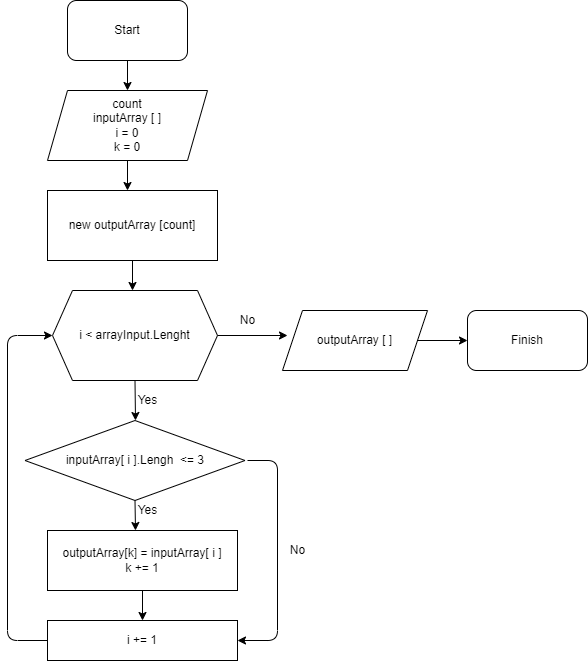
The draw.io diagram MainTaskScheme.drawio.png in DariaPoklonskaia/Q1FinalTask, before a commit. Source tidied: cells renumbered, new cells last; positions are measured from the earlier drawing's top-left corner, leaving out a move shared by most shapes. The source it was exported from:
```xml
<mxGraphModel>
  <root>
    <mxCell id="0" />
    <mxCell id="1" parent="0" />
    <mxCell id="2" value="Start" style="rounded=1;whiteSpace=wrap;html=1;" parent="1" vertex="1">
      <mxGeometry x="60" width="120" height="60" as="geometry" />
    </mxCell>
    <mxCell id="3" style="endArrow=classic;html=1;exitX=0.5;exitY=1;exitDx=0;exitDy=0;" parent="1" edge="1" source="2">
      <mxGeometry relative="1" as="geometry">
        <mxPoint x="120" y="90" as="targetPoint" />
      </mxGeometry>
    </mxCell>
    <mxCell id="4" value="count&lt;br&gt;inputArray [ ]&lt;br&gt;i = 0&lt;br&gt;k = 0" style="shape=parallelogram;perimeter=parallelogramPerimeter;whiteSpace=wrap;html=1;fixedSize=1;" parent="1" vertex="1">
      <mxGeometry x="40" y="90" width="160" height="70" as="geometry" />
    </mxCell>
    <mxCell id="5" style="endArrow=classic;html=1;exitX=0.5;exitY=1;exitDx=0;exitDy=0;" parent="1" edge="1" source="4">
      <mxGeometry relative="1" as="geometry">
        <mxPoint x="120" y="190" as="targetPoint" />
      </mxGeometry>
    </mxCell>
    <mxCell id="6" value="new outputArray [count]" style="rounded=0;whiteSpace=wrap;html=1;" parent="1" vertex="1">
      <mxGeometry x="40" y="190" width="170" height="70" as="geometry" />
    </mxCell>
    <mxCell id="7" style="endArrow=classic;html=1;exitX=0.5;exitY=1;exitDx=0;exitDy=0;" parent="1" edge="1" source="6">
      <mxGeometry relative="1" as="geometry">
        <mxPoint x="125" y="290" as="targetPoint" />
      </mxGeometry>
    </mxCell>
    <mxCell id="8" value="i &amp;lt; arrayInput.Lenght" style="shape=hexagon;perimeter=hexagonPerimeter2;whiteSpace=wrap;html=1;fixedSize=1;" parent="1" vertex="1">
      <mxGeometry x="45" y="290" width="165" height="90" as="geometry" />
    </mxCell>
    <mxCell id="9" style="endArrow=classic;html=1;exitX=0.5;exitY=1;exitDx=0;exitDy=0;" parent="1" edge="1" source="8">
      <mxGeometry relative="1" as="geometry">
        <mxPoint x="128" y="420" as="targetPoint" />
      </mxGeometry>
    </mxCell>
    <mxCell id="10" value="Yes" style="text;html=1;align=center;verticalAlign=middle;strokeColor=none;fillColor=none;" parent="1" vertex="1">
      <mxGeometry x="120" y="390" width="40" height="20" as="geometry" />
    </mxCell>
    <mxCell id="11" value="inputArray[ i ].Lengh&amp;nbsp; &amp;lt;= 3" style="rhombus;whiteSpace=wrap;html=1;" parent="1" vertex="1">
      <mxGeometry x="17.5" y="420" width="220" height="80" as="geometry" />
    </mxCell>
    <mxCell id="12" style="endArrow=classic;html=1;exitX=0.5;exitY=1;exitDx=0;exitDy=0;" parent="1" edge="1" source="11">
      <mxGeometry relative="1" as="geometry">
        <mxPoint x="128" y="530" as="targetPoint" />
      </mxGeometry>
    </mxCell>
    <mxCell id="13" value="Yes" style="text;html=1;align=center;verticalAlign=middle;strokeColor=none;fillColor=none;" parent="1" vertex="1">
      <mxGeometry x="120" y="500" width="40" height="20" as="geometry" />
    </mxCell>
    <mxCell id="14" value="outputArray[k] = inputArray[ i ]&lt;br&gt;k += 1" style="rounded=0;whiteSpace=wrap;html=1;" parent="1" vertex="1">
      <mxGeometry x="40" y="530" width="190" height="60" as="geometry" />
    </mxCell>
    <mxCell id="15" style="endArrow=classic;html=1;exitX=0.5;exitY=1;exitDx=0;exitDy=0;" parent="1" edge="1" source="14">
      <mxGeometry relative="1" as="geometry">
        <mxPoint x="135" y="620" as="targetPoint" />
      </mxGeometry>
    </mxCell>
    <mxCell id="16" value="i += 1" style="whiteSpace=wrap;html=1;" parent="1" vertex="1">
      <mxGeometry x="40" y="620" width="190" height="40" as="geometry" />
    </mxCell>
    <mxCell id="17" style="endArrow=classic;html=1;exitX=0;exitY=0.5;exitDx=0;exitDy=0;entryX=0;entryY=0.5;entryDx=0;entryDy=0;" parent="1" edge="1" source="16" target="8">
      <mxGeometry relative="1" as="geometry">
        <Array as="points">
          <mxPoint y="640" />
          <mxPoint y="335" />
        </Array>
      </mxGeometry>
    </mxCell>
    <mxCell id="18" style="endArrow=classic;html=1;entryX=1;entryY=0.5;entryDx=0;entryDy=0;" parent="1" edge="1" target="16">
      <mxGeometry relative="1" as="geometry">
        <mxPoint x="240" y="460" as="sourcePoint" />
        <Array as="points">
          <mxPoint x="270" y="460" />
          <mxPoint x="270" y="640" />
        </Array>
      </mxGeometry>
    </mxCell>
    <mxCell id="19" value="No" style="text;html=1;align=center;verticalAlign=middle;strokeColor=none;fillColor=none;" parent="1" vertex="1">
      <mxGeometry x="275" y="540" width="30" height="20" as="geometry" />
    </mxCell>
    <mxCell id="20" style="endArrow=classic;html=1;exitX=1;exitY=0.5;exitDx=0;exitDy=0;" parent="1" edge="1" source="8">
      <mxGeometry relative="1" as="geometry">
        <mxPoint x="280" y="335" as="targetPoint" />
      </mxGeometry>
    </mxCell>
    <mxCell id="21" value="No" style="text;html=1;align=center;verticalAlign=middle;strokeColor=none;fillColor=none;" parent="1" vertex="1">
      <mxGeometry x="225" y="310" width="30" height="20" as="geometry" />
    </mxCell>
    <mxCell id="22" value="outputArray [ ]" style="shape=parallelogram;perimeter=parallelogramPerimeter;whiteSpace=wrap;html=1;fixedSize=1;" parent="1" vertex="1">
      <mxGeometry x="275" y="310" width="145" height="60" as="geometry" />
    </mxCell>
    <mxCell id="23" style="endArrow=classic;html=1;exitX=1;exitY=0.5;exitDx=0;exitDy=0;" parent="1" edge="1" source="22">
      <mxGeometry relative="1" as="geometry">
        <mxPoint x="460" y="340" as="targetPoint" />
      </mxGeometry>
    </mxCell>
    <mxCell id="24" value="Finish" style="rounded=1;whiteSpace=wrap;html=1;" parent="1" vertex="1">
      <mxGeometry x="460" y="310" width="120" height="60" as="geometry" />
    </mxCell>
  </root>
</mxGraphModel>
```
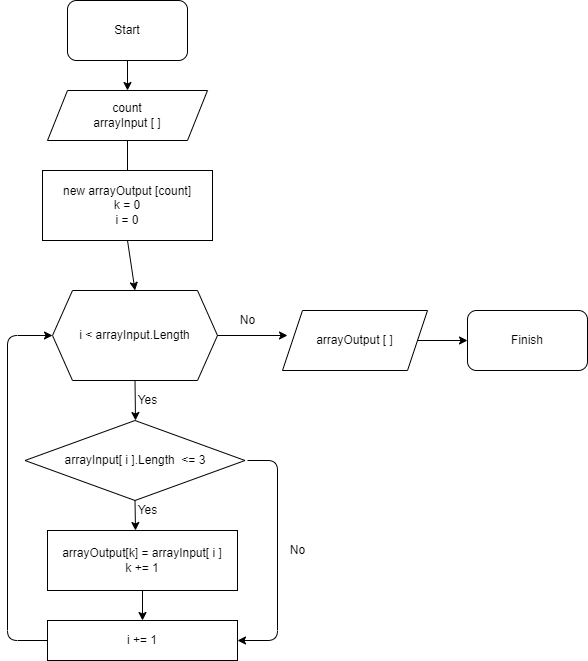
After the change.

Commit message:
readme now includes Maint Task scheme image

Diff of the diagram source:
```diff
@@ -10,23 +10,21 @@
         <mxPoint x="120" y="90" as="targetPoint" />
       </mxGeometry>
     </mxCell>
-    <mxCell id="4" value="count&lt;br&gt;inputArray [ ]&lt;br&gt;i = 0&lt;br&gt;k = 0" style="shape=parallelogram;perimeter=parallelogramPerimeter;whiteSpace=wrap;html=1;fixedSize=1;" parent="1" vertex="1">
-      <mxGeometry x="40" y="90" width="160" height="70" as="geometry" />
+    <mxCell id="4" value="count&lt;br&gt;arrayInput [ ]" style="shape=parallelogram;perimeter=parallelogramPerimeter;whiteSpace=wrap;html=1;fixedSize=1;" parent="1" vertex="1">
+      <mxGeometry x="40" y="90" width="160" height="50" as="geometry" />
     </mxCell>
     <mxCell id="5" style="endArrow=classic;html=1;exitX=0.5;exitY=1;exitDx=0;exitDy=0;" parent="1" edge="1" source="4">
       <mxGeometry relative="1" as="geometry">
         <mxPoint x="120" y="190" as="targetPoint" />
       </mxGeometry>
     </mxCell>
-    <mxCell id="6" value="new outputArray [count]" style="rounded=0;whiteSpace=wrap;html=1;" parent="1" vertex="1">
-      <mxGeometry x="40" y="190" width="170" height="70" as="geometry" />
+    <mxCell id="6" value="new arrayOutput [count]&lt;br&gt;k = 0&lt;br&gt;i = 0" style="rounded=0;whiteSpace=wrap;html=1;" parent="1" vertex="1">
+      <mxGeometry x="35" y="170" width="170" height="70" as="geometry" />
     </mxCell>
-    <mxCell id="7" style="endArrow=classic;html=1;exitX=0.5;exitY=1;exitDx=0;exitDy=0;" parent="1" edge="1" source="6">
-      <mxGeometry relative="1" as="geometry">
-        <mxPoint x="125" y="290" as="targetPoint" />
-      </mxGeometry>
+    <mxCell id="7" style="endArrow=classic;html=1;exitX=0.5;exitY=1;exitDx=0;exitDy=0;entryX=0.5;entryY=0;entryDx=0;entryDy=0;" parent="1" edge="1" source="6" target="8">
+      <mxGeometry relative="1" as="geometry" />
     </mxCell>
-    <mxCell id="8" value="i &amp;lt; arrayInput.Lenght" style="shape=hexagon;perimeter=hexagonPerimeter2;whiteSpace=wrap;html=1;fixedSize=1;" parent="1" vertex="1">
+    <mxCell id="8" value="i &amp;lt; arrayInput.Length" style="shape=hexagon;perimeter=hexagonPerimeter2;whiteSpace=wrap;html=1;fixedSize=1;" parent="1" vertex="1">
       <mxGeometry x="45" y="290" width="165" height="90" as="geometry" />
     </mxCell>
     <mxCell id="9" style="endArrow=classic;html=1;exitX=0.5;exitY=1;exitDx=0;exitDy=0;" parent="1" edge="1" source="8">
@@ -37,7 +35,7 @@
     <mxCell id="10" value="Yes" style="text;html=1;align=center;verticalAlign=middle;strokeColor=none;fillColor=none;" parent="1" vertex="1">
       <mxGeometry x="120" y="390" width="40" height="20" as="geometry" />
     </mxCell>
-    <mxCell id="11" value="inputArray[ i ].Lengh&amp;nbsp; &amp;lt;= 3" style="rhombus;whiteSpace=wrap;html=1;" parent="1" vertex="1">
+    <mxCell id="11" value="arrayInput[ i ].Length&amp;nbsp; &amp;lt;= 3" style="rhombus;whiteSpace=wrap;html=1;" parent="1" vertex="1">
       <mxGeometry x="17.5" y="420" width="220" height="80" as="geometry" />
     </mxCell>
     <mxCell id="12" style="endArrow=classic;html=1;exitX=0.5;exitY=1;exitDx=0;exitDy=0;" parent="1" edge="1" source="11">
@@ -48,7 +46,7 @@
     <mxCell id="13" value="Yes" style="text;html=1;align=center;verticalAlign=middle;strokeColor=none;fillColor=none;" parent="1" vertex="1">
       <mxGeometry x="120" y="500" width="40" height="20" as="geometry" />
     </mxCell>
-    <mxCell id="14" value="outputArray[k] = inputArray[ i ]&lt;br&gt;k += 1" style="rounded=0;whiteSpace=wrap;html=1;" parent="1" vertex="1">
+    <mxCell id="14" value="arrayOutput[k] = arrayInput[ i ]&lt;br&gt;k += 1" style="rounded=0;whiteSpace=wrap;html=1;" parent="1" vertex="1">
       <mxGeometry x="40" y="530" width="190" height="60" as="geometry" />
     </mxCell>
     <mxCell id="15" style="endArrow=classic;html=1;exitX=0.5;exitY=1;exitDx=0;exitDy=0;" parent="1" edge="1" source="14">
@@ -87,7 +85,7 @@
     <mxCell id="21" value="No" style="text;html=1;align=center;verticalAlign=middle;strokeColor=none;fillColor=none;" parent="1" vertex="1">
       <mxGeometry x="225" y="310" width="30" height="20" as="geometry" />
     </mxCell>
-    <mxCell id="22" value="outputArray [ ]" style="shape=parallelogram;perimeter=parallelogramPerimeter;whiteSpace=wrap;html=1;fixedSize=1;" parent="1" vertex="1">
+    <mxCell id="22" value="arrayOutput [ ]" style="shape=parallelogram;perimeter=parallelogramPerimeter;whiteSpace=wrap;html=1;fixedSize=1;" parent="1" vertex="1">
       <mxGeometry x="275" y="310" width="145" height="60" as="geometry" />
     </mxCell>
     <mxCell id="23" style="endArrow=classic;html=1;exitX=1;exitY=0.5;exitDx=0;exitDy=0;" parent="1" edge="1" source="22">
```
